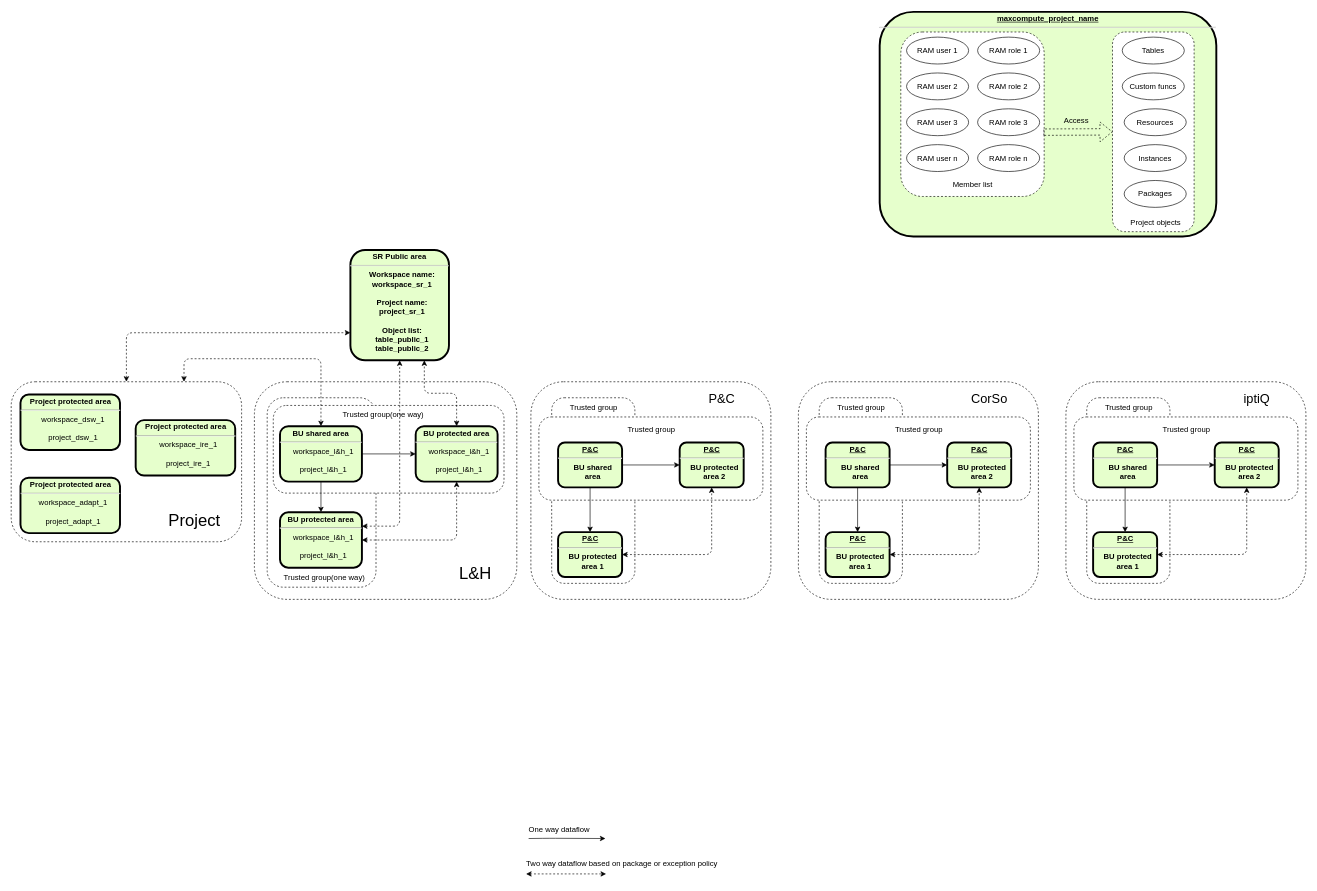
The draw.io diagram dsad-731.drawio in huangdgm/webstore-v2.0, before the edit. Source tidied: cells renumbered, new cells numbered last; positions are measured from the earlier drawing's top-left corner, leaving out a move shared by most shapes. Both pictures are drawn from the tidied source at 64%, with x=0, y=0 at pixel (11, 12).
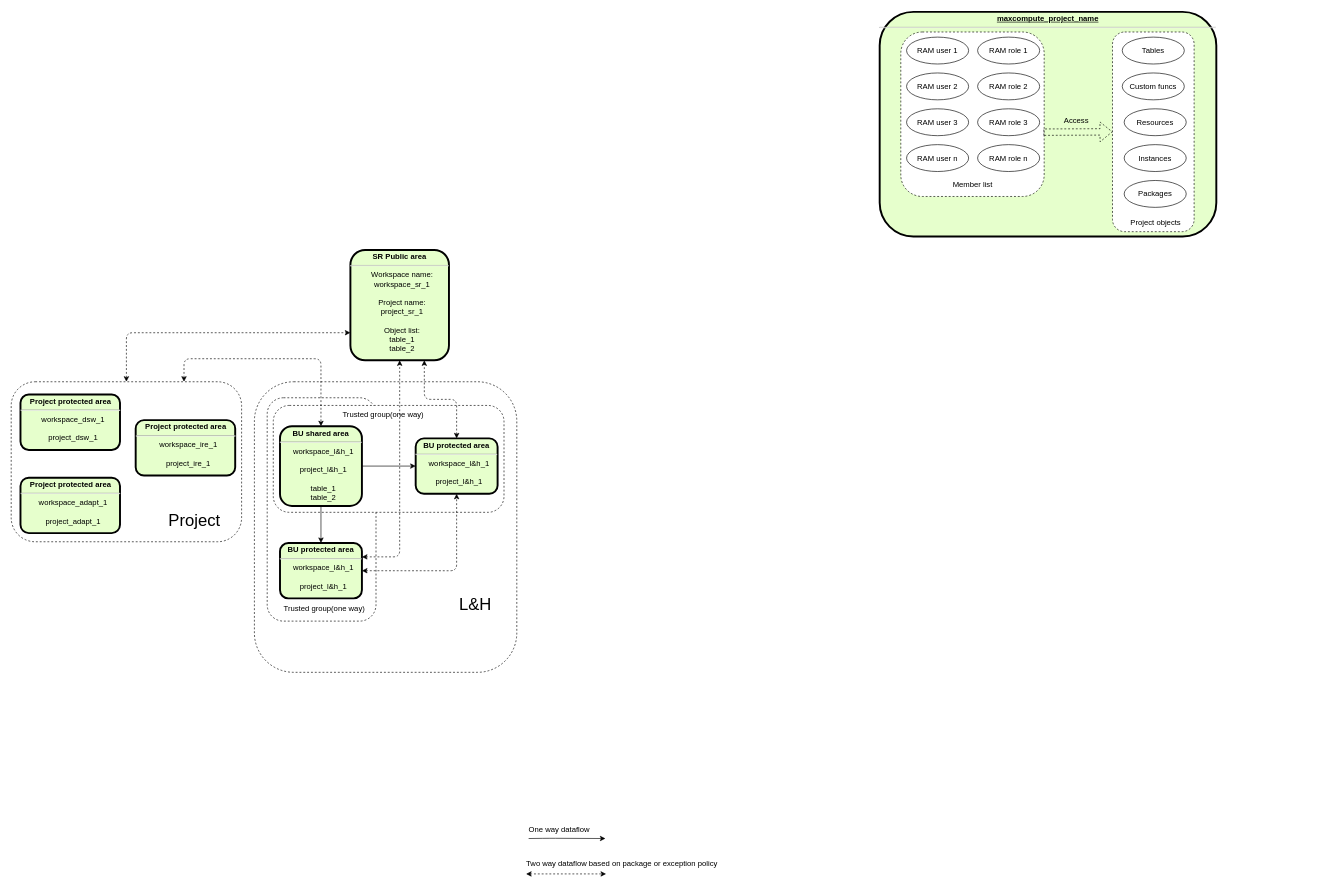
The same diagram, later.

What changed in the source:
```diff
@@
     <mxCell id="5" style="rounded=1;whiteSpace=wrap;html=1;dashed=1;" parent="1" vertex="1">
-      <mxGeometry x="380" y="578" width="410" height="340" as="geometry" />
+      <mxGeometry x="380" y="578" width="410" height="454" as="geometry" />
     </mxCell>
     <mxCell id="6" style="rounded=1;whiteSpace=wrap;html=1;dashed=1;" parent="1" vertex="1">
-      <mxGeometry x="400" y="603" width="170" height="296" as="geometry" />
+      <mxGeometry x="400" y="603" width="170" height="349" as="geometry" />
     </mxCell>
     <mxCell id="7" style="rounded=1;whiteSpace=wrap;html=1;dashed=1;" parent="1" vertex="1">
-      <mxGeometry x="409.5" y="615" width="360.5" height="137" as="geometry" />
+      <mxGeometry x="409.5" y="615" width="360.5" height="167" as="geometry" />
     </mxCell>
@@
-    <mxCell id="10" value="&lt;p style=&quot;margin: 4px 0px 0px&quot;&gt;BU shared area&lt;/p&gt;&lt;hr&gt;&lt;p style=&quot;margin: 0px ; margin-left: 8px&quot;&gt;&lt;span style=&quot;font-weight: 400&quot;&gt;workspace_l&amp;amp;h_1&lt;/span&gt;&lt;br&gt;&lt;/p&gt;&lt;p style=&quot;margin: 0px ; margin-left: 8px&quot;&gt;&lt;span style=&quot;font-weight: 400&quot;&gt;&lt;br&gt;&lt;/span&gt;&lt;/p&gt;&lt;p style=&quot;margin: 0px ; margin-left: 8px&quot;&gt;&lt;span style=&quot;font-weight: normal&quot;&gt;project_l&amp;amp;h_1&lt;/span&gt;&lt;/p&gt;" style="verticalAlign=middle;align=center;overflow=fill;fontSize=12;fontFamily=Helvetica;html=1;rounded=1;fontStyle=1;strokeWidth=3;fillColor=#E6FFCC;" parent="1" vertex="1">
-      <mxGeometry x="420" y="647.5" width="128" height="86.5" as="geometry" />
+    <mxCell id="10" value="&lt;p style=&quot;margin: 4px 0px 0px&quot;&gt;BU shared area&lt;/p&gt;&lt;hr&gt;&lt;p style=&quot;margin: 0px ; margin-left: 8px&quot;&gt;&lt;span style=&quot;font-weight: 400&quot;&gt;workspace_l&amp;amp;h_1&lt;/span&gt;&lt;br&gt;&lt;/p&gt;&lt;p style=&quot;margin: 0px ; margin-left: 8px&quot;&gt;&lt;span style=&quot;font-weight: 400&quot;&gt;&lt;br&gt;&lt;/span&gt;&lt;/p&gt;&lt;p style=&quot;margin: 0px ; margin-left: 8px&quot;&gt;&lt;span style=&quot;font-weight: normal&quot;&gt;project_l&amp;amp;h_1&lt;/span&gt;&lt;/p&gt;&lt;p style=&quot;margin: 0px ; margin-left: 8px&quot;&gt;&lt;span style=&quot;font-weight: normal&quot;&gt;&lt;br&gt;&lt;/span&gt;&lt;/p&gt;&lt;p style=&quot;margin: 0px ; margin-left: 8px&quot;&gt;&lt;span style=&quot;font-weight: normal&quot;&gt;table_1&lt;/span&gt;&lt;/p&gt;&lt;p style=&quot;margin: 0px ; margin-left: 8px&quot;&gt;&lt;span style=&quot;font-weight: normal&quot;&gt;table_2&lt;/span&gt;&lt;/p&gt;" style="verticalAlign=middle;align=center;overflow=fill;fontSize=12;fontFamily=Helvetica;html=1;rounded=1;fontStyle=1;strokeWidth=3;fillColor=#E6FFCC;" parent="1" vertex="1">
+      <mxGeometry x="420" y="647.5" width="128" height="124.5" as="geometry" />
     </mxCell>
     <mxCell id="11" value="Trusted group(one way)" style="text;html=1;align=center;verticalAlign=middle;" parent="1" vertex="1">
-      <mxGeometry x="420" y="875" width="137" height="18" as="geometry" />
+      <mxGeometry x="420" y="923" width="137" height="18" as="geometry" />
     </mxCell>
@@
     <mxCell id="13" value="L&amp;amp;H" style="text;html=1;align=center;verticalAlign=middle;strokeWidth=1;fontSize=26;" parent="1" vertex="1">
-      <mxGeometry x="690" y="858" width="70" height="40" as="geometry" />
+      <mxGeometry x="690" y="906" width="70" height="40" as="geometry" />
     </mxCell>
@@
-    <mxCell id="16" style="rounded=1;whiteSpace=wrap;html=1;dashed=1;" parent="1" vertex="1">
-      <mxGeometry x="812" y="578" width="375" height="340" as="geometry" />
-    </mxCell>
-    <mxCell id="17" style="rounded=1;whiteSpace=wrap;html=1;dashed=1;" parent="1" vertex="1">
-      <mxGeometry x="844.5" y="603" width="130" height="290" as="geometry" />
-    </mxCell>
-    <mxCell id="18" style="rounded=1;whiteSpace=wrap;html=1;dashed=1;" parent="1" vertex="1">
-      <mxGeometry x="824.5" y="633" width="350" height="130" as="geometry" />
-    </mxCell>
-    <mxCell id="19" style="edgeStyle=orthogonalEdgeStyle;rounded=0;jettySize=auto;html=1;" parent="1" edge="1" source="21" target="22">
-      <mxGeometry relative="1" as="geometry" />
-    </mxCell>
-    <mxCell id="20" style="edgeStyle=orthogonalEdgeStyle;rounded=0;jettySize=auto;html=1;exitX=1;exitY=0.5;exitDx=0;exitDy=0;entryX=0;entryY=0.5;entryDx=0;entryDy=0;" parent="1" edge="1" source="21" target="23">
-      <mxGeometry relative="1" as="geometry" />
-    </mxCell>
-    <mxCell id="21" value="&lt;p style=&quot;margin: 4px 0px 0px ; text-decoration: underline&quot;&gt;P&amp;amp;C&lt;/p&gt;&lt;hr&gt;&lt;p style=&quot;margin: 0px ; margin-left: 8px&quot;&gt;BU shared&lt;/p&gt;&lt;p style=&quot;margin: 0px ; margin-left: 8px&quot;&gt;area&lt;/p&gt;" style="verticalAlign=middle;align=center;overflow=fill;fontSize=12;fontFamily=Helvetica;html=1;rounded=1;fontStyle=1;strokeWidth=3;fillColor=#E6FFCC;" parent="1" vertex="1">
-      <mxGeometry x="854.5" y="673" width="100" height="70" as="geometry" />
-    </mxCell>
-    <mxCell id="22" value="&lt;p style=&quot;margin: 0px ; margin-top: 4px ; text-align: center ; text-decoration: underline&quot;&gt;P&amp;amp;C&lt;/p&gt;&lt;hr&gt;&lt;p style=&quot;margin: 0px ; margin-left: 8px&quot;&gt;BU protected&lt;/p&gt;&lt;p style=&quot;margin: 0px ; margin-left: 8px&quot;&gt;area 1&lt;/p&gt;" style="verticalAlign=middle;align=center;overflow=fill;fontSize=12;fontFamily=Helvetica;html=1;rounded=1;fontStyle=1;strokeWidth=3;fillColor=#E6FFCC;" parent="1" vertex="1">
-      <mxGeometry x="854.5" y="813" width="100" height="70" as="geometry" />
-    </mxCell>
-    <mxCell id="23" value="&lt;p style=&quot;margin: 0px ; margin-top: 4px ; text-align: center ; text-decoration: underline&quot;&gt;P&amp;amp;C&lt;/p&gt;&lt;hr&gt;&lt;p style=&quot;margin: 0px ; margin-left: 8px&quot;&gt;BU protected&lt;/p&gt;&lt;p style=&quot;margin: 0px ; margin-left: 8px&quot;&gt;area 2&lt;/p&gt;" style="verticalAlign=middle;align=center;overflow=fill;fontSize=12;fontFamily=Helvetica;html=1;rounded=1;fontStyle=1;strokeWidth=3;fillColor=#E6FFCC;" parent="1" vertex="1">
-      <mxGeometry x="1044.5" y="673" width="100" height="70" as="geometry" />
-    </mxCell>
-    <mxCell id="24" value="Trusted group" style="text;html=1;align=center;verticalAlign=middle;" parent="1" vertex="1">
-      <mxGeometry x="864.5" y="608" width="90" height="20" as="geometry" />
-    </mxCell>
-    <mxCell id="25" value="Trusted group" style="text;html=1;align=center;verticalAlign=middle;" parent="1" vertex="1">
-      <mxGeometry x="954.5" y="643" width="90" height="20" as="geometry" />
-    </mxCell>
-    <mxCell id="26" value="P&amp;amp;C" style="text;html=1;align=center;verticalAlign=middle;strokeWidth=1;fontSize=20;" parent="1" vertex="1">
-      <mxGeometry x="1079.5" y="588" width="60" height="30" as="geometry" />
-    </mxCell>
@@
-    <mxCell id="29" value="&lt;p style=&quot;margin: 4px 0px 0px ; text-align: center&quot;&gt;SR Public area&lt;/p&gt;&lt;hr&gt;&lt;p style=&quot;margin: 0px ; margin-left: 8px&quot;&gt;&lt;span&gt;Workspace name:&lt;/span&gt;&lt;/p&gt;&lt;p style=&quot;margin: 0px ; margin-left: 8px&quot;&gt;&lt;span&gt;workspace_sr_1&lt;/span&gt;&lt;br&gt;&lt;/p&gt;&lt;p style=&quot;margin: 0px ; margin-left: 8px&quot;&gt;&lt;span&gt;&lt;br&gt;&lt;/span&gt;&lt;/p&gt;&lt;p style=&quot;margin: 0px ; margin-left: 8px&quot;&gt;&lt;span&gt;Project name:&lt;/span&gt;&lt;/p&gt;&lt;p style=&quot;margin: 0px ; margin-left: 8px&quot;&gt;&lt;span&gt;project_sr_1&lt;/span&gt;&lt;/p&gt;&lt;p style=&quot;margin: 0px ; margin-left: 8px&quot;&gt;&lt;span&gt;&lt;br&gt;&lt;/span&gt;&lt;/p&gt;&lt;p style=&quot;margin: 0px ; margin-left: 8px&quot;&gt;&lt;span&gt;Object list:&lt;/span&gt;&lt;/p&gt;&lt;p style=&quot;margin: 0px ; margin-left: 8px&quot;&gt;table_public_1&lt;/p&gt;&lt;p style=&quot;margin: 0px ; margin-left: 8px&quot;&gt;table_public_2&lt;/p&gt;" style="verticalAlign=middle;align=center;overflow=fill;fontSize=12;fontFamily=Helvetica;html=1;rounded=1;fontStyle=1;strokeWidth=3;fillColor=#E6FFCC;" parent="1" vertex="1">
+    <mxCell id="29" value="&lt;p style=&quot;margin: 4px 0px 0px ; text-align: center&quot;&gt;SR Public area&lt;/p&gt;&lt;hr&gt;&lt;p style=&quot;margin: 0px ; margin-left: 8px&quot;&gt;&lt;span style=&quot;font-weight: normal&quot;&gt;Workspace name:&lt;/span&gt;&lt;/p&gt;&lt;p style=&quot;margin: 0px ; margin-left: 8px&quot;&gt;&lt;span style=&quot;font-weight: normal&quot;&gt;&lt;span&gt;workspace_sr_1&lt;/span&gt;&lt;br&gt;&lt;/span&gt;&lt;/p&gt;&lt;p style=&quot;margin: 0px ; margin-left: 8px&quot;&gt;&lt;span style=&quot;font-weight: normal&quot;&gt;&lt;br&gt;&lt;/span&gt;&lt;/p&gt;&lt;p style=&quot;margin: 0px ; margin-left: 8px&quot;&gt;&lt;span style=&quot;font-weight: normal&quot;&gt;Project name:&lt;/span&gt;&lt;/p&gt;&lt;p style=&quot;margin: 0px ; margin-left: 8px&quot;&gt;&lt;span style=&quot;font-weight: normal&quot;&gt;project_sr_1&lt;/span&gt;&lt;/p&gt;&lt;p style=&quot;margin: 0px ; margin-left: 8px&quot;&gt;&lt;span style=&quot;font-weight: normal&quot;&gt;&lt;br&gt;&lt;/span&gt;&lt;/p&gt;&lt;p style=&quot;margin: 0px ; margin-left: 8px&quot;&gt;&lt;span style=&quot;font-weight: normal&quot;&gt;Object list:&lt;/span&gt;&lt;/p&gt;&lt;p style=&quot;margin: 0px ; margin-left: 8px&quot;&gt;&lt;span style=&quot;font-weight: normal&quot;&gt;table_1&lt;/span&gt;&lt;/p&gt;&lt;p style=&quot;margin: 0px ; margin-left: 8px&quot;&gt;&lt;span style=&quot;font-weight: normal&quot;&gt;table_2&lt;/span&gt;&lt;/p&gt;" style="verticalAlign=middle;align=center;overflow=fill;fontSize=12;fontFamily=Helvetica;html=1;rounded=1;fontStyle=1;strokeWidth=3;fillColor=#E6FFCC;" parent="1" vertex="1">
       <mxGeometry x="530" y="372" width="154" height="172.5" as="geometry" />
     </mxCell>
-    <mxCell id="30" style="endArrow=classic;startArrow=classic;html=1;dashed=1;fontSize=20;exitX=1;exitY=0.5;exitDx=0;exitDy=0;entryX=0.5;entryY=1;entryDx=0;entryDy=0;" parent="1" edge="1">
-      <mxGeometry relative="1" as="geometry">
-        <mxPoint x="954.5" y="848" as="sourcePoint" />
-        <mxPoint x="1094.5" y="743" as="targetPoint" />
-        <Array as="points">
-          <mxPoint x="1094.5" y="848" />
-        </Array>
-      </mxGeometry>
-    </mxCell>
@@
-    <mxCell id="48" style="rounded=1;whiteSpace=wrap;html=1;dashed=1;" parent="1" vertex="1">
-      <mxGeometry x="1230" y="578" width="375" height="340" as="geometry" />
-    </mxCell>
-    <mxCell id="49" style="rounded=1;whiteSpace=wrap;html=1;dashed=1;" parent="1" vertex="1">
-      <mxGeometry x="1262.5" y="603" width="130" height="290" as="geometry" />
-    </mxCell>
-    <mxCell id="50" style="rounded=1;whiteSpace=wrap;html=1;dashed=1;" parent="1" vertex="1">
-      <mxGeometry x="1242.5" y="633" width="350" height="130" as="geometry" />
-    </mxCell>
-    <mxCell id="51" style="edgeStyle=orthogonalEdgeStyle;rounded=0;jettySize=auto;html=1;" parent="1" edge="1" source="53" target="54">
-      <mxGeometry relative="1" as="geometry" />
-    </mxCell>
-    <mxCell id="52" style="edgeStyle=orthogonalEdgeStyle;rounded=0;jettySize=auto;html=1;exitX=1;exitY=0.5;exitDx=0;exitDy=0;entryX=0;entryY=0.5;entryDx=0;entryDy=0;" parent="1" edge="1" source="53" target="55">
-      <mxGeometry relative="1" as="geometry" />
-    </mxCell>
-    <mxCell id="53" value="&lt;p style=&quot;margin: 4px 0px 0px ; text-decoration: underline&quot;&gt;P&amp;amp;C&lt;/p&gt;&lt;hr&gt;&lt;p style=&quot;margin: 0px ; margin-left: 8px&quot;&gt;BU shared&lt;/p&gt;&lt;p style=&quot;margin: 0px ; margin-left: 8px&quot;&gt;area&lt;/p&gt;" style="verticalAlign=middle;align=center;overflow=fill;fontSize=12;fontFamily=Helvetica;html=1;rounded=1;fontStyle=1;strokeWidth=3;fillColor=#E6FFCC;" parent="1" vertex="1">
-      <mxGeometry x="1272.5" y="673" width="100" height="70" as="geometry" />
-    </mxCell>
-    <mxCell id="54" value="&lt;p style=&quot;margin: 0px ; margin-top: 4px ; text-align: center ; text-decoration: underline&quot;&gt;P&amp;amp;C&lt;/p&gt;&lt;hr&gt;&lt;p style=&quot;margin: 0px ; margin-left: 8px&quot;&gt;BU protected&lt;/p&gt;&lt;p style=&quot;margin: 0px ; margin-left: 8px&quot;&gt;area 1&lt;/p&gt;" style="verticalAlign=middle;align=center;overflow=fill;fontSize=12;fontFamily=Helvetica;html=1;rounded=1;fontStyle=1;strokeWidth=3;fillColor=#E6FFCC;" parent="1" vertex="1">
-      <mxGeometry x="1272.5" y="813" width="100" height="70" as="geometry" />
-    </mxCell>
-    <mxCell id="55" value="&lt;p style=&quot;margin: 0px ; margin-top: 4px ; text-align: center ; text-decoration: underline&quot;&gt;P&amp;amp;C&lt;/p&gt;&lt;hr&gt;&lt;p style=&quot;margin: 0px ; margin-left: 8px&quot;&gt;BU protected&lt;/p&gt;&lt;p style=&quot;margin: 0px ; margin-left: 8px&quot;&gt;area 2&lt;/p&gt;" style="verticalAlign=middle;align=center;overflow=fill;fontSize=12;fontFamily=Helvetica;html=1;rounded=1;fontStyle=1;strokeWidth=3;fillColor=#E6FFCC;" parent="1" vertex="1">
-      <mxGeometry x="1462.5" y="673" width="100" height="70" as="geometry" />
-    </mxCell>
-    <mxCell id="56" value="Trusted group" style="text;html=1;align=center;verticalAlign=middle;" parent="1" vertex="1">
-      <mxGeometry x="1282.5" y="608" width="90" height="20" as="geometry" />
-    </mxCell>
-    <mxCell id="57" value="Trusted group" style="text;html=1;align=center;verticalAlign=middle;" parent="1" vertex="1">
-      <mxGeometry x="1372.5" y="643" width="90" height="20" as="geometry" />
-    </mxCell>
-    <mxCell id="58" value="CorSo" style="text;html=1;align=center;verticalAlign=middle;strokeWidth=1;fontSize=20;" parent="1" vertex="1">
-      <mxGeometry x="1494.5" y="589" width="67" height="28" as="geometry" />
-    </mxCell>
-    <mxCell id="59" style="endArrow=classic;startArrow=classic;html=1;dashed=1;fontSize=20;exitX=1;exitY=0.5;exitDx=0;exitDy=0;entryX=0.5;entryY=1;entryDx=0;entryDy=0;" parent="1" edge="1">
-      <mxGeometry relative="1" as="geometry">
-        <mxPoint x="1372.5" y="848" as="sourcePoint" />
-        <mxPoint x="1512.5" y="743" as="targetPoint" />
-        <Array as="points">
-          <mxPoint x="1512.5" y="848" />
-        </Array>
-      </mxGeometry>
-    </mxCell>
-    <mxCell id="60" style="rounded=1;whiteSpace=wrap;html=1;dashed=1;" parent="1" vertex="1">
-      <mxGeometry x="1648" y="578" width="375" height="340" as="geometry" />
-    </mxCell>
-    <mxCell id="61" style="rounded=1;whiteSpace=wrap;html=1;dashed=1;" parent="1" vertex="1">
-      <mxGeometry x="1680.5" y="603" width="130" height="290" as="geometry" />
-    </mxCell>
-    <mxCell id="62" style="rounded=1;whiteSpace=wrap;html=1;dashed=1;" parent="1" vertex="1">
-      <mxGeometry x="1660.5" y="633" width="350" height="130" as="geometry" />
-    </mxCell>
-    <mxCell id="63" style="edgeStyle=orthogonalEdgeStyle;rounded=0;jettySize=auto;html=1;" parent="1" edge="1" source="65" target="66">
-      <mxGeometry relative="1" as="geometry" />
-    </mxCell>
-    <mxCell id="64" style="edgeStyle=orthogonalEdgeStyle;rounded=0;jettySize=auto;html=1;exitX=1;exitY=0.5;exitDx=0;exitDy=0;entryX=0;entryY=0.5;entryDx=0;entryDy=0;" parent="1" edge="1" source="65" target="67">
-      <mxGeometry relative="1" as="geometry" />
-    </mxCell>
-    <mxCell id="65" value="&lt;p style=&quot;margin: 4px 0px 0px ; text-decoration: underline&quot;&gt;P&amp;amp;C&lt;/p&gt;&lt;hr&gt;&lt;p style=&quot;margin: 0px ; margin-left: 8px&quot;&gt;BU shared&lt;/p&gt;&lt;p style=&quot;margin: 0px ; margin-left: 8px&quot;&gt;area&lt;/p&gt;" style="verticalAlign=middle;align=center;overflow=fill;fontSize=12;fontFamily=Helvetica;html=1;rounded=1;fontStyle=1;strokeWidth=3;fillColor=#E6FFCC;" parent="1" vertex="1">
-      <mxGeometry x="1690.5" y="673" width="100" height="70" as="geometry" />
-    </mxCell>
-    <mxCell id="66" value="&lt;p style=&quot;margin: 0px ; margin-top: 4px ; text-align: center ; text-decoration: underline&quot;&gt;P&amp;amp;C&lt;/p&gt;&lt;hr&gt;&lt;p style=&quot;margin: 0px ; margin-left: 8px&quot;&gt;BU protected&lt;/p&gt;&lt;p style=&quot;margin: 0px ; margin-left: 8px&quot;&gt;area 1&lt;/p&gt;" style="verticalAlign=middle;align=center;overflow=fill;fontSize=12;fontFamily=Helvetica;html=1;rounded=1;fontStyle=1;strokeWidth=3;fillColor=#E6FFCC;" parent="1" vertex="1">
-      <mxGeometry x="1690.5" y="813" width="100" height="70" as="geometry" />
-    </mxCell>
-    <mxCell id="67" value="&lt;p style=&quot;margin: 0px ; margin-top: 4px ; text-align: center ; text-decoration: underline&quot;&gt;P&amp;amp;C&lt;/p&gt;&lt;hr&gt;&lt;p style=&quot;margin: 0px ; margin-left: 8px&quot;&gt;BU protected&lt;/p&gt;&lt;p style=&quot;margin: 0px ; margin-left: 8px&quot;&gt;area 2&lt;/p&gt;" style="verticalAlign=middle;align=center;overflow=fill;fontSize=12;fontFamily=Helvetica;html=1;rounded=1;fontStyle=1;strokeWidth=3;fillColor=#E6FFCC;" parent="1" vertex="1">
-      <mxGeometry x="1880.5" y="673" width="100" height="70" as="geometry" />
-    </mxCell>
-    <mxCell id="68" value="Trusted group" style="text;html=1;align=center;verticalAlign=middle;" parent="1" vertex="1">
-      <mxGeometry x="1700.5" y="608" width="90" height="20" as="geometry" />
-    </mxCell>
-    <mxCell id="69" value="Trusted group" style="text;html=1;align=center;verticalAlign=middle;" parent="1" vertex="1">
-      <mxGeometry x="1790.5" y="643" width="90" height="20" as="geometry" />
-    </mxCell>
-    <mxCell id="70" value="iptiQ" style="text;html=1;align=center;verticalAlign=middle;strokeWidth=1;fontSize=20;" parent="1" vertex="1">
-      <mxGeometry x="1920.5" y="589" width="51" height="28" as="geometry" />
-    </mxCell>
-    <mxCell id="71" style="endArrow=classic;startArrow=classic;html=1;dashed=1;fontSize=20;exitX=1;exitY=0.5;exitDx=0;exitDy=0;entryX=0.5;entryY=1;entryDx=0;entryDy=0;" parent="1" edge="1">
-      <mxGeometry relative="1" as="geometry">
-        <mxPoint x="1790.5" y="848" as="sourcePoint" />
-        <mxPoint x="1930.5" y="743" as="targetPoint" />
-        <Array as="points">
-          <mxPoint x="1930.5" y="848" />
-        </Array>
-      </mxGeometry>
-    </mxCell>
@@
     <mxCell id="76" value="&lt;p style=&quot;margin: 4px 0px 0px&quot;&gt;BU protected area&lt;/p&gt;&lt;hr&gt;&lt;p style=&quot;margin: 0px ; margin-left: 8px&quot;&gt;&lt;span style=&quot;font-weight: 400&quot;&gt;workspace_l&amp;amp;h_1&lt;/span&gt;&lt;br&gt;&lt;/p&gt;&lt;p style=&quot;margin: 0px ; margin-left: 8px&quot;&gt;&lt;span style=&quot;font-weight: 400&quot;&gt;&lt;br&gt;&lt;/span&gt;&lt;/p&gt;&lt;p style=&quot;margin: 0px ; margin-left: 8px&quot;&gt;&lt;span style=&quot;font-weight: normal&quot;&gt;project_l&amp;amp;h_1&lt;/span&gt;&lt;/p&gt;" style="verticalAlign=middle;align=center;overflow=fill;fontSize=12;fontFamily=Helvetica;html=1;rounded=1;fontStyle=1;strokeWidth=3;fillColor=#E6FFCC;" parent="1" vertex="1">
-      <mxGeometry x="632" y="647.5" width="128" height="86.5" as="geometry" />
+      <mxGeometry x="632" y="666.5" width="128" height="86.5" as="geometry" />
     </mxCell>
     <mxCell id="77" value="&lt;p style=&quot;margin: 4px 0px 0px&quot;&gt;BU protected area&lt;/p&gt;&lt;hr&gt;&lt;p style=&quot;margin: 0px ; margin-left: 8px&quot;&gt;&lt;span style=&quot;font-weight: 400&quot;&gt;workspace_l&amp;amp;h_1&lt;/span&gt;&lt;br&gt;&lt;/p&gt;&lt;p style=&quot;margin: 0px ; margin-left: 8px&quot;&gt;&lt;span style=&quot;font-weight: 400&quot;&gt;&lt;br&gt;&lt;/span&gt;&lt;/p&gt;&lt;p style=&quot;margin: 0px ; margin-left: 8px&quot;&gt;&lt;span style=&quot;font-weight: normal&quot;&gt;project_l&amp;amp;h_1&lt;/span&gt;&lt;/p&gt;" style="verticalAlign=middle;align=center;overflow=fill;fontSize=12;fontFamily=Helvetica;html=1;rounded=1;fontStyle=1;strokeWidth=3;fillColor=#E6FFCC;" parent="1" vertex="1">
-      <mxGeometry x="420" y="782" width="128" height="86.5" as="geometry" />
+      <mxGeometry x="420" y="830" width="128" height="86.5" as="geometry" />
     </mxCell>
```
